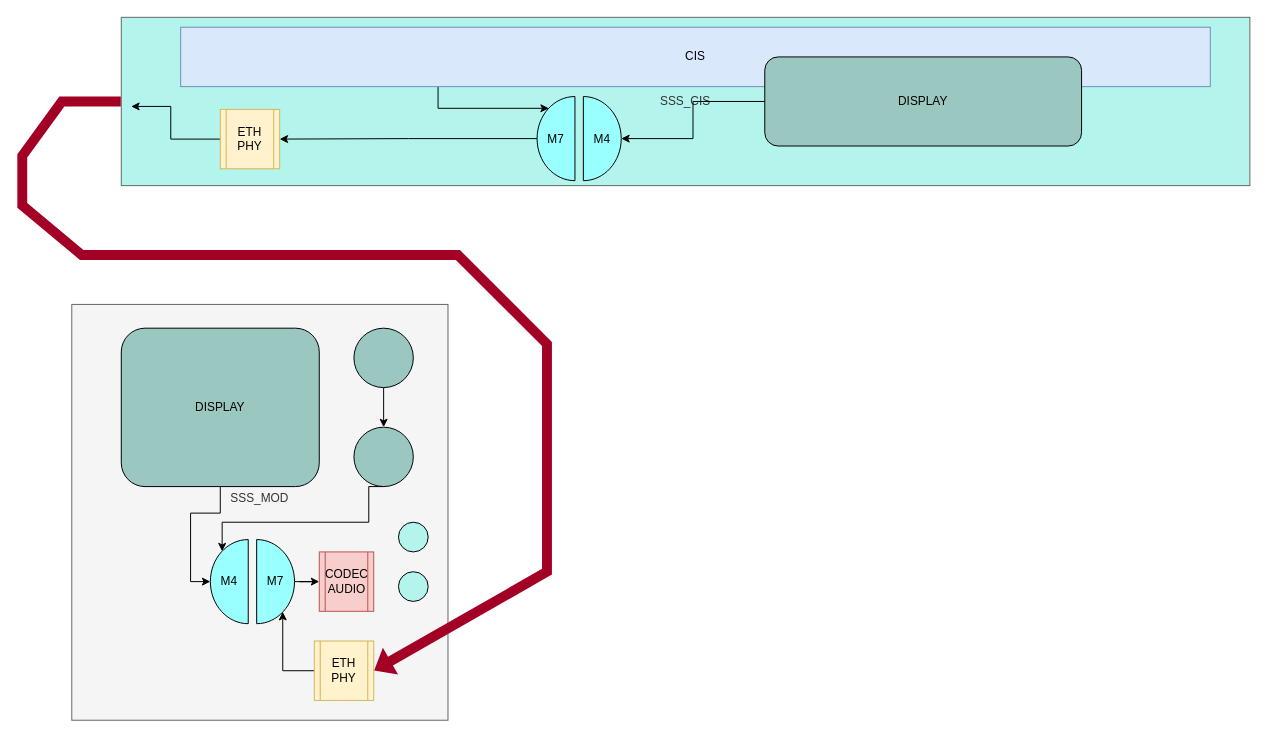
Earlier version of the draw.io diagram Untitled Diagram.drawio (Ondulab/CISYNTH_CIS_mechanics). Source tidied: cells renumbered, new cells numbered last; positions are measured from the earlier drawing's top-left corner, leaving out a move shared by most shapes. Both pictures are drawn from the tidied source at 99%, with x=0, y=0 at pixel (22, 17).
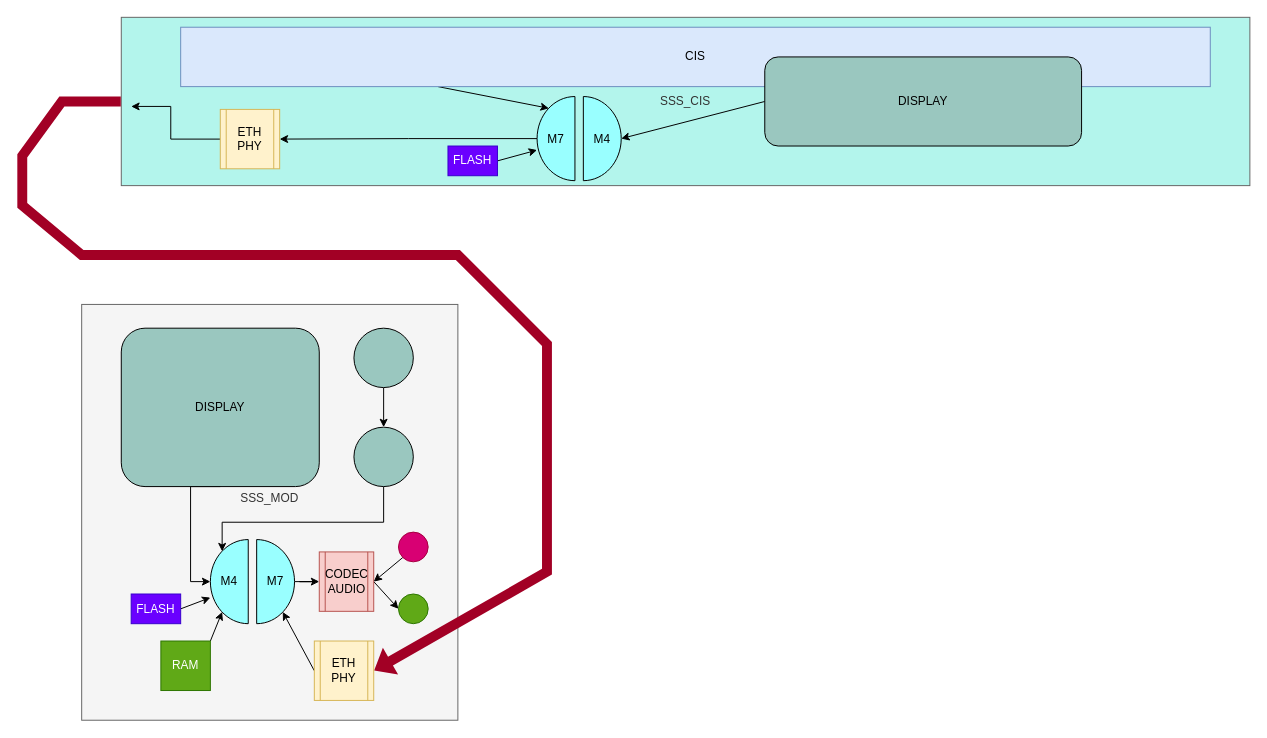
The same diagram, later.

The change refers to these unchanged cells:
```xml
<mxCell id="4" value="&lt;div&gt;CIS&lt;/div&gt;" style="rounded=0;whiteSpace=wrap;html=1;fillColor=#dae8fc;strokeColor=#6c8ebf;" parent="1" vertex="1">
  <mxGeometry x="160" y="10" width="1040" height="60" as="geometry" />
</mxCell>
<mxCell id="7" value="M4&amp;nbsp;&amp;nbsp;&amp;nbsp;&amp;nbsp;&amp;nbsp;&amp;nbsp;&amp;nbsp;&amp;nbsp; M7" style="html=1;outlineConnect=0;whiteSpace=wrap;fillColor=#99ffff;shape=mxgraph.archimate3.interaction;" parent="1" vertex="1">
  <mxGeometry x="190" y="527.5" width="85" height="85" as="geometry" />
</mxCell>
<mxCell id="10" value="M7&amp;nbsp;&amp;nbsp;&amp;nbsp;&amp;nbsp;&amp;nbsp;&amp;nbsp;&amp;nbsp;&amp;nbsp; M4" style="html=1;outlineConnect=0;whiteSpace=wrap;fillColor=#99ffff;shape=mxgraph.archimate3.interaction;" parent="1" vertex="1">
  <mxGeometry x="520" y="80" width="85" height="85" as="geometry" />
</mxCell>
<mxCell id="12" value="DISPLAY" style="rounded=1;whiteSpace=wrap;html=1;fillColor=#9AC7BF;" parent="1" vertex="1">
  <mxGeometry x="750" y="40" width="320" height="90" as="geometry" />
</mxCell>
<mxCell id="14" value="DISPLAY" style="rounded=1;whiteSpace=wrap;html=1;fillColor=#9AC7BF;" parent="1" vertex="1">
  <mxGeometry x="100" y="314" width="200" height="160" as="geometry" />
</mxCell>
<mxCell id="18" style="ellipse;whiteSpace=wrap;html=1;fillColor=#9AC7BF;" parent="1" vertex="1">
  <mxGeometry x="335" y="414" width="60" height="60" as="geometry" />
</mxCell>
<mxCell id="19" value="&lt;div&gt;CODEC&lt;/div&gt;&lt;div&gt;AUDIO&lt;br&gt;&lt;/div&gt;" style="shape=process;whiteSpace=wrap;html=1;backgroundOutline=1;fillColor=#f8cecc;strokeColor=#b85450;" parent="1" vertex="1">
  <mxGeometry x="300" y="540" width="55" height="60" as="geometry" />
</mxCell>
<mxCell id="23" value="&lt;div&gt;ETH&lt;/div&gt;&lt;div&gt;PHY&lt;br&gt;&lt;/div&gt;" style="shape=process;whiteSpace=wrap;html=1;backgroundOutline=1;fillColor=#fff2cc;strokeColor=#d6b656;" parent="1" vertex="1">
  <mxGeometry x="295" y="630" width="60" height="60" as="geometry" />
</mxCell>
```

What changed in the source:
```diff
@@
-    <mxCell id="3" style="edgeStyle=orthogonalEdgeStyle;rounded=0;jettySize=auto;html=1;exitX=0.25;exitY=1;exitDx=0;exitDy=0;entryX=0.14;entryY=0.14;entryDx=0;entryDy=0;entryPerimeter=0;" parent="1" edge="1" source="4" target="10">
-      <mxGeometry relative="1" as="geometry">
-        <Array as="points">
-          <mxPoint x="420" y="92" />
-        </Array>
-      </mxGeometry>
+    <mxCell id="3" style="rounded=0;jettySize=auto;html=1;exitX=0.25;exitY=1;exitDx=0;exitDy=0;entryX=0.14;entryY=0.14;entryDx=0;entryDy=0;entryPerimeter=0;" parent="1" edge="1" source="4" target="10">
+      <mxGeometry relative="1" as="geometry" />
     </mxCell>
@@
     <mxCell id="5" value="&lt;div&gt;SSS_MOD&lt;/div&gt;&lt;div&gt;&lt;br&gt;&lt;/div&gt;&lt;div&gt;&lt;br&gt;&lt;/div&gt;" style="rounded=0;whiteSpace=wrap;html=1;fillColor=#f5f5f5;fontColor=#333333;strokeColor=#666666;" parent="1" vertex="1">
-      <mxGeometry x="50" y="290" width="380" height="420" as="geometry" />
+      <mxGeometry x="60" y="290" width="380" height="420" as="geometry" />
     </mxCell>
@@
-    <mxCell id="11" style="edgeStyle=orthogonalEdgeStyle;rounded=0;jettySize=auto;html=1;exitX=0;exitY=0.5;exitDx=0;exitDy=0;entryX=1;entryY=0.5;entryDx=0;entryDy=0;entryPerimeter=0;" parent="1" edge="1" source="12" target="10">
+    <mxCell id="11" style="rounded=0;jettySize=auto;html=1;exitX=0;exitY=0.5;exitDx=0;exitDy=0;entryX=1;entryY=0.5;entryDx=0;entryDy=0;entryPerimeter=0;" parent="1" edge="1" source="12" target="10">
       <mxGeometry relative="1" as="geometry" />
     </mxCell>
@@
     <mxCell id="13" style="edgeStyle=orthogonalEdgeStyle;rounded=0;jettySize=auto;html=1;exitX=0.5;exitY=1;exitDx=0;exitDy=0;entryX=0;entryY=0.5;entryDx=0;entryDy=0;entryPerimeter=0;" parent="1" edge="1" source="14" target="7">
-      <mxGeometry relative="1" as="geometry" />
+      <mxGeometry relative="1" as="geometry">
+        <Array as="points">
+          <mxPoint x="170" y="474" />
+          <mxPoint x="170" y="570" />
+        </Array>
+      </mxGeometry>
     </mxCell>
@@
     <mxCell id="17" style="edgeStyle=orthogonalEdgeStyle;rounded=0;jettySize=auto;html=1;exitX=0.5;exitY=1;exitDx=0;exitDy=0;entryX=0.14;entryY=0.14;entryDx=0;entryDy=0;entryPerimeter=0;" parent="1" edge="1" source="18" target="7">
       <mxGeometry relative="1" as="geometry">
         <Array as="points">
-          <mxPoint x="350" y="510" />
+          <mxPoint x="365" y="510" />
           <mxPoint x="202" y="510" />
         </Array>
       </mxGeometry>
     </mxCell>
@@
+    <mxCell id="26" style="edgeStyle=none;rounded=0;sketch=0;jettySize=auto;html=1;exitX=1;exitY=0.5;exitDx=0;exitDy=0;entryX=0;entryY=0.5;entryDx=0;entryDy=0;shadow=0;strokeColor=default;gradientColor=none;elbow=vertical;" parent="1" edge="1" source="19" target="25">
+      <mxGeometry relative="1" as="geometry" />
+    </mxCell>
@@
-    <mxCell id="22" style="edgeStyle=orthogonalEdgeStyle;rounded=0;jettySize=auto;html=1;exitX=0;exitY=0.5;exitDx=0;exitDy=0;entryX=0.86;entryY=0.86;entryDx=0;entryDy=0;entryPerimeter=0;" parent="1" edge="1" source="23" target="7">
+    <mxCell id="22" style="rounded=0;jettySize=auto;html=1;exitX=0;exitY=0.5;exitDx=0;exitDy=0;entryX=0.86;entryY=0.86;entryDx=0;entryDy=0;entryPerimeter=0;" parent="1" edge="1" source="23" target="7">
       <mxGeometry relative="1" as="geometry" />
     </mxCell>
@@
+    <mxCell id="27" style="rounded=0;sketch=0;jettySize=auto;html=1;exitX=0;exitY=1;exitDx=0;exitDy=0;entryX=1;entryY=0.5;entryDx=0;entryDy=0;shadow=0;strokeColor=default;gradientColor=none;elbow=vertical;" parent="1" edge="1" source="24" target="19">
+      <mxGeometry relative="1" as="geometry" />
+    </mxCell>
-    <mxCell id="24" style="ellipse;whiteSpace=wrap;html=1;fillColor=#B3F5EC;" parent="1" vertex="1">
-      <mxGeometry x="380" y="510" width="30" height="30" as="geometry" />
+    <mxCell id="24" style="ellipse;whiteSpace=wrap;html=1;fillColor=#d80073;fontColor=#ffffff;strokeColor=#A50040;" parent="1" vertex="1">
+      <mxGeometry x="380" y="520" width="30" height="30" as="geometry" />
     </mxCell>
-    <mxCell id="25" style="ellipse;whiteSpace=wrap;html=1;fillColor=#B3F5EC;" parent="1" vertex="1">
-      <mxGeometry x="380" y="560" width="30" height="30" as="geometry" />
+    <mxCell id="25" style="ellipse;whiteSpace=wrap;html=1;fillColor=#60a917;fontColor=#ffffff;strokeColor=#2D7600;" parent="1" vertex="1">
+      <mxGeometry x="380" y="582.5" width="30" height="30" as="geometry" />
     </mxCell>
+    <mxCell id="28" style="edgeStyle=none;rounded=0;sketch=0;jettySize=auto;html=1;exitX=1;exitY=0.5;exitDx=0;exitDy=0;shadow=0;strokeColor=default;gradientColor=none;elbow=vertical;" parent="1" edge="1" source="29" target="10">
+      <mxGeometry relative="1" as="geometry" />
+    </mxCell>
+    <mxCell id="29" value="FLASH" style="rounded=0;whiteSpace=wrap;html=1;fillColor=#6a00ff;fontColor=#ffffff;strokeColor=#3700CC;" parent="1" vertex="1">
+      <mxGeometry x="430" y="130" width="50" height="30" as="geometry" />
+    </mxCell>
+    <mxCell id="30" style="edgeStyle=none;rounded=0;sketch=0;jettySize=auto;html=1;exitX=1;exitY=0.5;exitDx=0;exitDy=0;shadow=0;strokeColor=default;gradientColor=none;elbow=vertical;" parent="1" edge="1" source="31" target="7">
+      <mxGeometry relative="1" as="geometry" />
+    </mxCell>
+    <mxCell id="31" value="FLASH" style="rounded=0;whiteSpace=wrap;html=1;fillColor=#6a00ff;fontColor=#ffffff;strokeColor=#3700CC;" parent="1" vertex="1">
+      <mxGeometry x="110" y="582.5" width="50" height="30" as="geometry" />
+    </mxCell>
+    <mxCell id="32" style="edgeStyle=none;rounded=0;sketch=0;jettySize=auto;html=1;exitX=1;exitY=0;exitDx=0;exitDy=0;shadow=0;strokeColor=default;gradientColor=none;elbow=vertical;entryX=0.14;entryY=0.86;entryDx=0;entryDy=0;entryPerimeter=0;" parent="1" edge="1" source="33" target="7">
+      <mxGeometry relative="1" as="geometry" />
+    </mxCell>
+    <mxCell id="33" value="&lt;div&gt;RAM&lt;/div&gt;" style="rounded=0;whiteSpace=wrap;html=1;fillColor=#60a917;fontColor=#ffffff;strokeColor=#2D7600;" parent="1" vertex="1">
+      <mxGeometry x="140" y="630" width="50" height="50" as="geometry" />
+    </mxCell>
```
